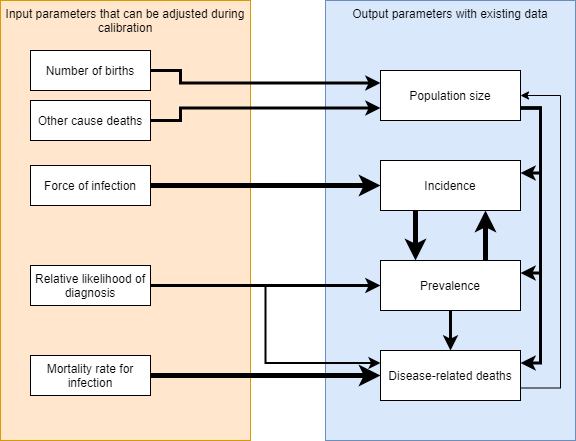
Above: docs/tutorial/images/t2_calibration_mapping.png in atomicateam/atomica (draw.io), before the change. Source tidied: cells renumbered, new cells last; positions are measured from the earlier drawing's top-left corner, leaving out a move shared by most shapes.
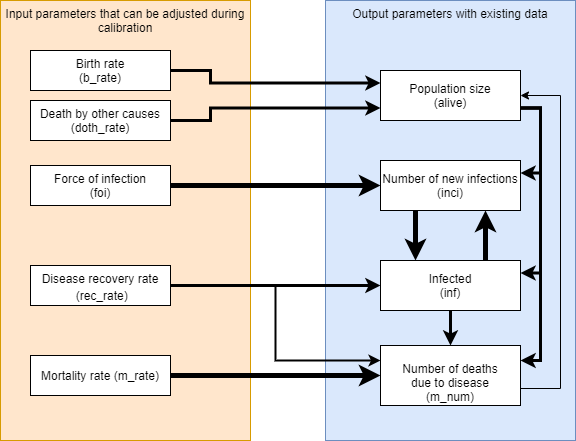
The same diagram one commit later.

Commit message:
Updated diagram, framework that includes additional calibratable parameters, and runnable calibration suggestions

The edit, as a diff of the source:
```diff
@@ -11,7 +11,7 @@
     <mxCell id="4" style="edgeStyle=orthogonalEdgeStyle;rounded=0;jettySize=auto;html=1;exitX=0.25;exitY=1;exitDx=0;exitDy=0;entryX=0.25;entryY=0;entryDx=0;entryDy=0;strokeWidth=5;" parent="1" edge="1" source="5" target="12">
       <mxGeometry relative="1" as="geometry" />
     </mxCell>
-    <mxCell id="5" value="Incidence" style="rounded=0;whiteSpace=wrap;html=1;" parent="1" vertex="1">
+    <mxCell id="5" value="Number of new infections&lt;br&gt;(inci)" style="rounded=0;whiteSpace=wrap;html=1;" parent="1" vertex="1">
       <mxGeometry x="380" y="160" width="140" height="50" as="geometry" />
     </mxCell>
     <mxCell id="6" style="edgeStyle=orthogonalEdgeStyle;rounded=0;jettySize=auto;html=1;exitX=1;exitY=0.75;exitDx=0;exitDy=0;entryX=1;entryY=0.25;entryDx=0;entryDy=0;strokeWidth=3;" parent="1" edge="1" source="9" target="5">
@@ -23,7 +23,7 @@
     <mxCell id="8" style="edgeStyle=orthogonalEdgeStyle;rounded=0;jettySize=auto;html=1;exitX=1;exitY=0.75;exitDx=0;exitDy=0;entryX=1;entryY=0.25;entryDx=0;entryDy=0;strokeWidth=3;" parent="1" edge="1" source="9" target="14">
       <mxGeometry relative="1" as="geometry" />
     </mxCell>
-    <mxCell id="9" value="Population size" style="rounded=0;whiteSpace=wrap;html=1;" parent="1" vertex="1">
+    <mxCell id="9" value="Population size&lt;br&gt;(alive)" style="rounded=0;whiteSpace=wrap;html=1;" parent="1" vertex="1">
       <mxGeometry x="380" y="70" width="140" height="50" as="geometry" />
     </mxCell>
     <mxCell id="10" style="edgeStyle=orthogonalEdgeStyle;rounded=0;jettySize=auto;html=1;exitX=0.5;exitY=1;exitDx=0;exitDy=0;entryX=0.5;entryY=0;entryDx=0;entryDy=0;strokeWidth=3;" parent="1" edge="1" source="12" target="14">
@@ -32,7 +32,7 @@
     <mxCell id="11" style="edgeStyle=orthogonalEdgeStyle;rounded=0;jettySize=auto;html=1;exitX=0.75;exitY=0;exitDx=0;exitDy=0;entryX=0.75;entryY=1;entryDx=0;entryDy=0;strokeWidth=5;" parent="1" edge="1" source="12" target="5">
       <mxGeometry relative="1" as="geometry" />
     </mxCell>
-    <mxCell id="12" value="Prevalence" style="rounded=0;whiteSpace=wrap;html=1;" parent="1" vertex="1">
+    <mxCell id="12" value="Infected&lt;br&gt;(inf)" style="rounded=0;whiteSpace=wrap;html=1;" parent="1" vertex="1">
       <mxGeometry x="380" y="260" width="140" height="50" as="geometry" />
     </mxCell>
     <mxCell id="13" style="edgeStyle=orthogonalEdgeStyle;rounded=0;jettySize=auto;html=1;exitX=1;exitY=0.75;exitDx=0;exitDy=0;entryX=1;entryY=0.5;entryDx=0;entryDy=0;" parent="1" edge="1" source="14" target="9">
@@ -43,36 +43,36 @@
         </Array>
       </mxGeometry>
     </mxCell>
-    <mxCell id="14" value="Disease-related deaths" style="rounded=0;whiteSpace=wrap;html=1;" parent="1" vertex="1">
-      <mxGeometry x="380" y="350" width="140" height="50" as="geometry" />
+    <mxCell id="14" value="&lt;table border=&quot;0&quot; cellpadding=&quot;0&quot; cellspacing=&quot;0&quot; width=&quot;189&quot; style=&quot;border-collapse: collapse ; width: 142pt&quot;&gt;&lt;tbody&gt;&lt;tr style=&quot;height: 15.0pt&quot;&gt;&lt;br/&gt;  &lt;td height=&quot;20&quot; width=&quot;189&quot; style=&quot;height: 15.0pt ; width: 142pt&quot;&gt;Number of deaths&lt;br/&gt;  due to disease&lt;br&gt;(m_num)&lt;br&gt;&lt;/td&gt;&lt;/tr&gt;&lt;/tbody&gt;&lt;/table&gt;" style="rounded=0;whiteSpace=wrap;html=1;" parent="1" vertex="1">
+      <mxGeometry x="380" y="345" width="140" height="60" as="geometry" />
     </mxCell>
     <mxCell id="15" style="edgeStyle=orthogonalEdgeStyle;rounded=0;jettySize=auto;html=1;exitX=1;exitY=0.5;exitDx=0;exitDy=0;entryX=0;entryY=0.25;entryDx=0;entryDy=0;strokeWidth=3;" parent="1" edge="1" source="16" target="9">
       <mxGeometry relative="1" as="geometry">
         <Array as="points">
-          <mxPoint x="180" y="70" />
-          <mxPoint x="180" y="83" />
+          <mxPoint x="210" y="70" />
+          <mxPoint x="210" y="83" />
         </Array>
       </mxGeometry>
     </mxCell>
-    <mxCell id="16" value="Number of births" style="rounded=0;whiteSpace=wrap;html=1;" parent="1" vertex="1">
-      <mxGeometry x="30" y="50" width="120" height="40" as="geometry" />
+    <mxCell id="16" value="Birth rate&lt;br&gt;(b_rate)" style="rounded=0;whiteSpace=wrap;html=1;" parent="1" vertex="1">
+      <mxGeometry x="30" y="50" width="140" height="40" as="geometry" />
     </mxCell>
     <mxCell id="17" style="edgeStyle=orthogonalEdgeStyle;rounded=0;jettySize=auto;html=1;exitX=1;exitY=0.5;exitDx=0;exitDy=0;entryX=0;entryY=0.75;entryDx=0;entryDy=0;strokeWidth=3;" parent="1" edge="1" source="18" target="9">
       <mxGeometry relative="1" as="geometry">
         <Array as="points">
-          <mxPoint x="180" y="120" />
-          <mxPoint x="180" y="108" />
+          <mxPoint x="210" y="120" />
+          <mxPoint x="210" y="108" />
         </Array>
       </mxGeometry>
     </mxCell>
-    <mxCell id="18" value="Other cause deaths" style="rounded=0;whiteSpace=wrap;html=1;" parent="1" vertex="1">
-      <mxGeometry x="30" y="100" width="120" height="40" as="geometry" />
+    <mxCell id="18" value="Death by other causes&lt;br&gt;(doth_rate)" style="rounded=0;whiteSpace=wrap;html=1;" parent="1" vertex="1">
+      <mxGeometry x="30" y="100" width="140" height="40" as="geometry" />
     </mxCell>
     <mxCell id="19" style="edgeStyle=orthogonalEdgeStyle;rounded=0;jettySize=auto;html=1;exitX=1;exitY=0.5;exitDx=0;exitDy=0;entryX=0;entryY=0.5;entryDx=0;entryDy=0;strokeWidth=5;" parent="1" edge="1" source="20" target="5">
       <mxGeometry relative="1" as="geometry" />
     </mxCell>
-    <mxCell id="20" value="Force of infection" style="rounded=0;whiteSpace=wrap;html=1;" parent="1" vertex="1">
-      <mxGeometry x="30" y="165" width="120" height="40" as="geometry" />
+    <mxCell id="20" value="Force of infection&lt;br&gt;(foi)" style="rounded=0;whiteSpace=wrap;html=1;" parent="1" vertex="1">
+      <mxGeometry x="30" y="165" width="140" height="40" as="geometry" />
     </mxCell>
     <mxCell id="21" style="edgeStyle=orthogonalEdgeStyle;rounded=0;jettySize=auto;html=1;exitX=1;exitY=0.5;exitDx=0;exitDy=0;entryX=0;entryY=0.5;entryDx=0;entryDy=0;strokeWidth=3;" parent="1" edge="1" source="23" target="12">
       <mxGeometry relative="1" as="geometry" />
@@ -80,14 +80,14 @@
     <mxCell id="22" style="edgeStyle=orthogonalEdgeStyle;rounded=0;jettySize=auto;html=1;exitX=1;exitY=0.5;exitDx=0;exitDy=0;entryX=0;entryY=0.25;entryDx=0;entryDy=0;strokeWidth=2;" parent="1" edge="1" source="23" target="14">
       <mxGeometry relative="1" as="geometry" />
     </mxCell>
-    <mxCell id="23" value="Relative likelihood of diagnosis" style="rounded=0;whiteSpace=wrap;html=1;" parent="1" vertex="1">
-      <mxGeometry x="30" y="265" width="120" height="40" as="geometry" />
+    <mxCell id="23" value="&lt;table border=&quot;0&quot; cellpadding=&quot;0&quot; cellspacing=&quot;0&quot; width=&quot;189&quot; style=&quot;border-collapse: collapse ; width: 142pt&quot;&gt;&lt;tbody&gt;&lt;tr style=&quot;height: 15.0pt&quot;&gt;&lt;td height=&quot;20&quot; width=&quot;189&quot; style=&quot;height: 15.0pt ; width: 142pt&quot;&gt;Disease recovery rate&lt;/td&gt;&lt;/tr&gt;&lt;/tbody&gt;&lt;/table&gt;&amp;nbsp;(rec_rate)" style="rounded=0;whiteSpace=wrap;html=1;" parent="1" vertex="1">
+      <mxGeometry x="30" y="265" width="140" height="40" as="geometry" />
     </mxCell>
     <mxCell id="24" style="edgeStyle=orthogonalEdgeStyle;rounded=0;jettySize=auto;html=1;exitX=1;exitY=0.5;exitDx=0;exitDy=0;entryX=0;entryY=0.5;entryDx=0;entryDy=0;strokeWidth=5;" parent="1" edge="1" source="25" target="14">
       <mxGeometry relative="1" as="geometry" />
     </mxCell>
-    <mxCell id="25" value="Mortality rate for infection" style="rounded=0;whiteSpace=wrap;html=1;" parent="1" vertex="1">
-      <mxGeometry x="30" y="355" width="120" height="40" as="geometry" />
+    <mxCell id="25" value="Mortality rate (m_rate)" style="rounded=0;whiteSpace=wrap;html=1;" parent="1" vertex="1">
+      <mxGeometry x="30" y="355" width="140" height="40" as="geometry" />
     </mxCell>
   </root>
 </mxGraphModel>
```
